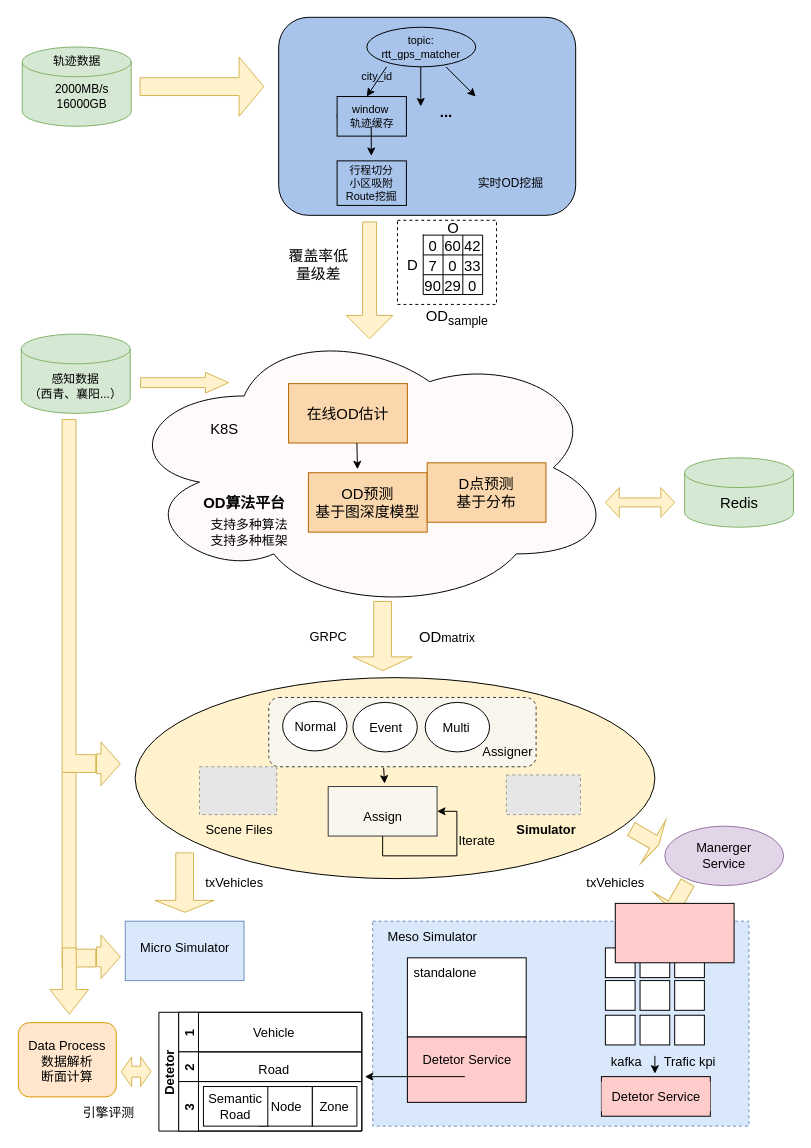
Before: 未命名绘图.drawio in Launche/traffic-simulation, a draw.io diagram. Source tidied: cells renumbered, new cells numbered last; positions are measured from the earlier drawing's top-left corner, leaving out a move shared by most shapes. Both pictures are drawn from the tidied source at 99%, with x=0, y=0 at pixel (-98, 17). Pictures stored in the file or linked from it are replaced by grey dashed boxes.
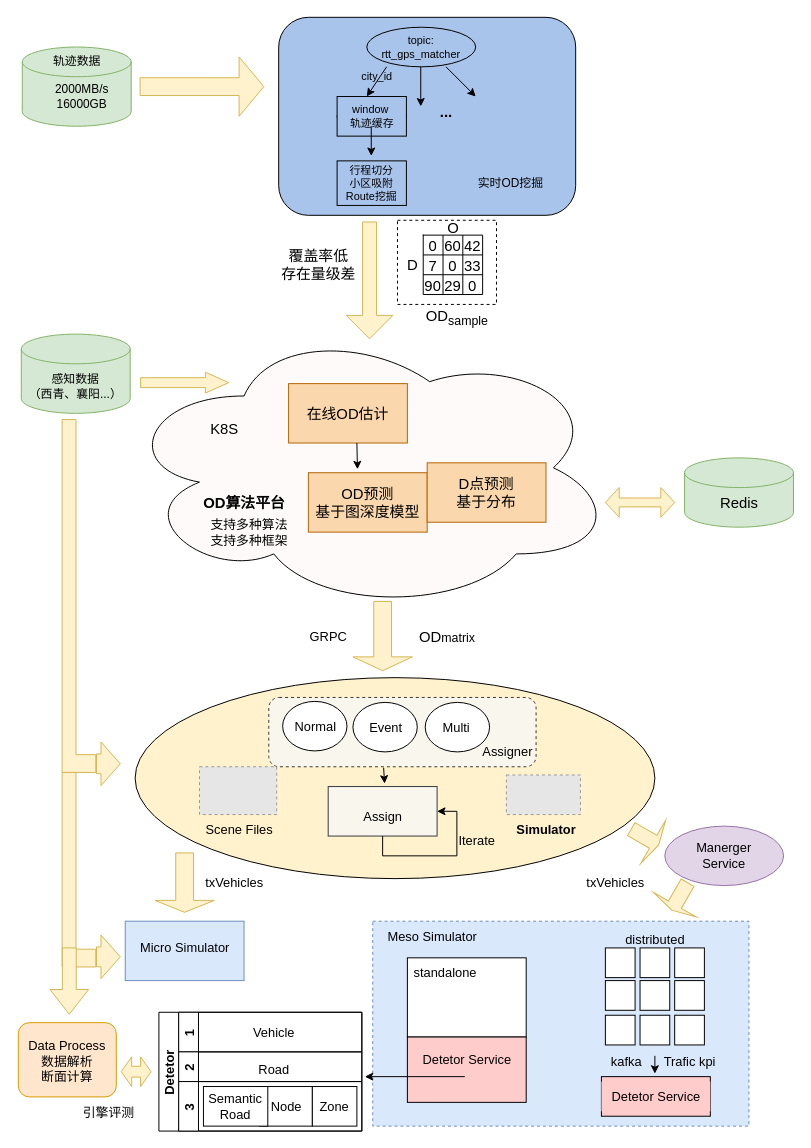
After the change.

Commit message:
更新未命名绘图.drawio

Diff of the diagram source:
```diff
@@
-    <mxCell id="40" value="覆盖率低&lt;br&gt;量级差" style="text;html=1;align=center;verticalAlign=middle;strokeColor=none;fillColor=none;fontSize=15;" parent="1" vertex="1">
-      <mxGeometry x="380" y="225" width="80" height="50" as="geometry" />
+    <mxCell id="40" value="覆盖率低&lt;br&gt;存在量级差" style="text;html=1;align=center;verticalAlign=middle;strokeColor=none;fillColor=none;fontSize=15;" parent="1" vertex="1">
+      <mxGeometry x="370" y="225" width="100" height="50" as="geometry" />
     </mxCell>
@@
-    <mxCell id="117" style="rounded=0;whiteSpace=wrap;html=1;fontSize=13;strokeColor=default;fillColor=#FFCCCC;" parent="1" vertex="1">
-      <mxGeometry x="720" y="895" width="120" height="60" as="geometry" />
-    </mxCell>
```
